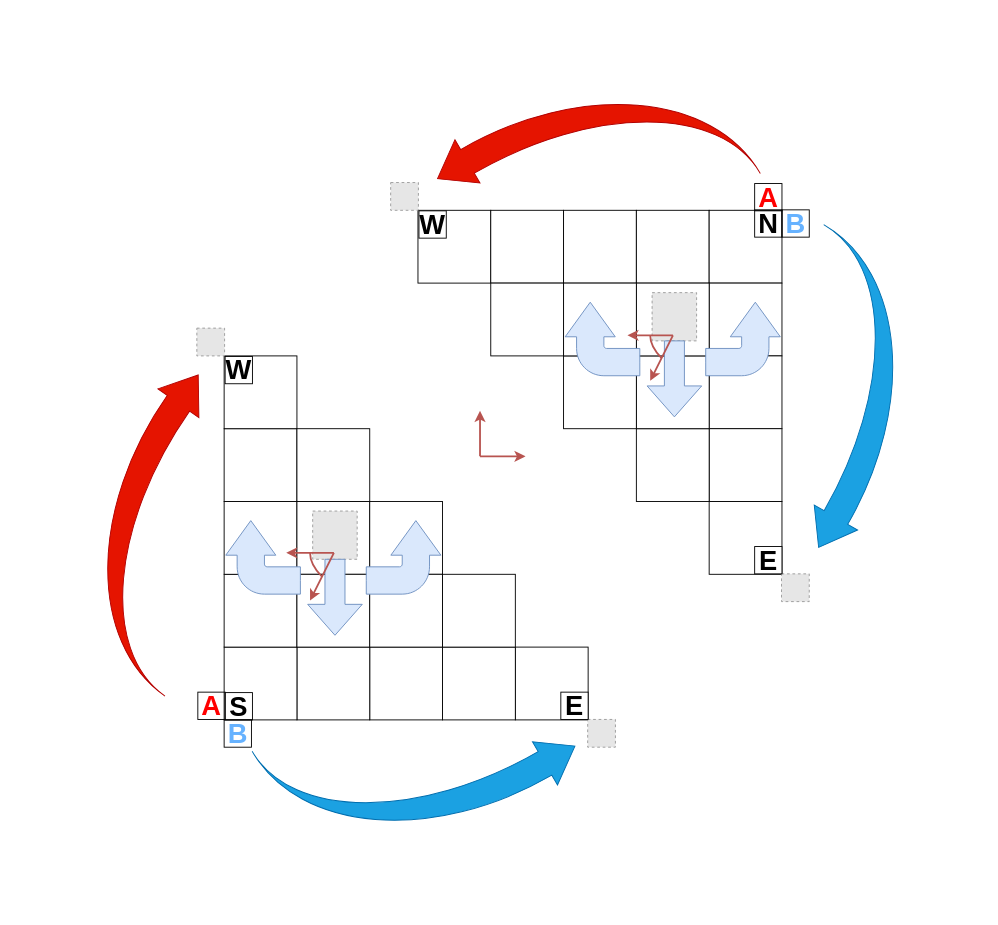
The draw.io diagram page "cartesian-polar" (1 of 6) of docs/RL_env.drawio in NiloufarRazmi/RL_Olfaction, before the edit. Source tidied: cells renumbered, new cells numbered last; positions are measured from the earlier drawing's top-left corner, leaving out a move shared by most shapes. Both pictures are drawn from the tidied source at 91%, with x=0, y=0 at pixel (15, 15). Pictures stored in the file or linked from it are replaced by grey dashed boxes.
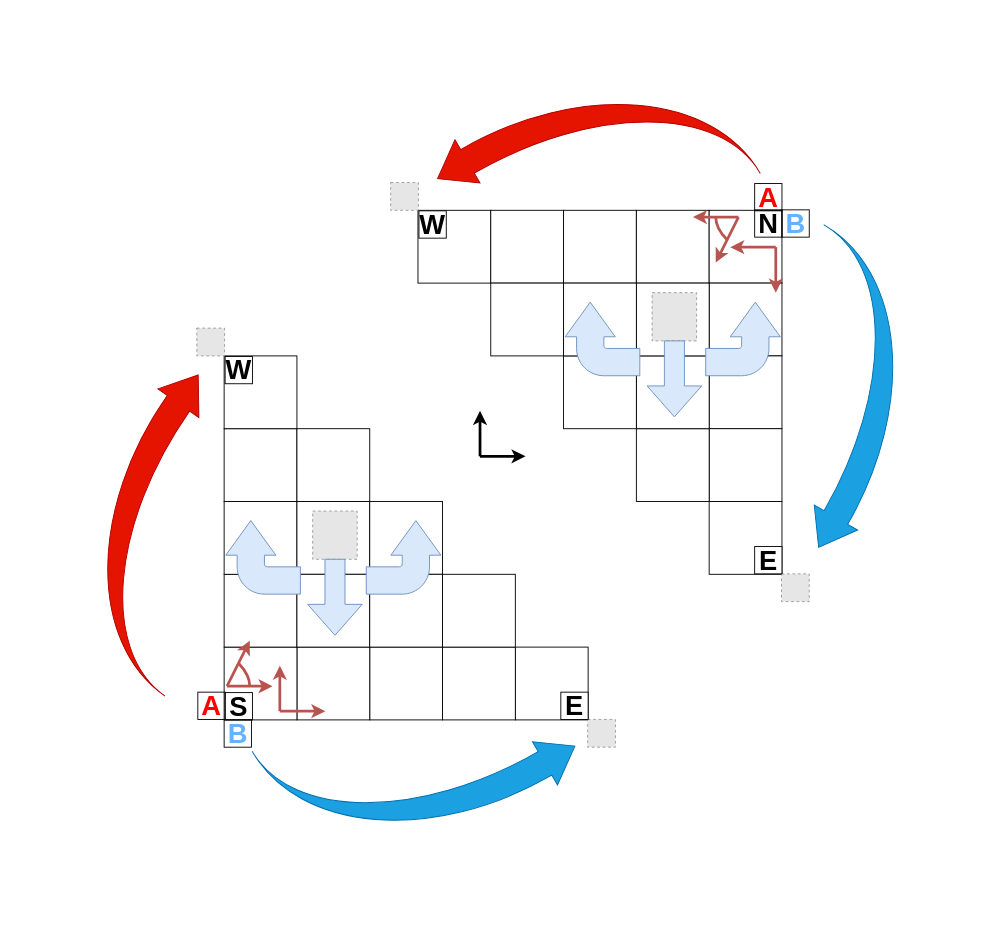
After the change.

Unchanged cells that the change refers to:
```xml
<mxCell id="3" style="group;flipH=1;flipV=1;" parent="2" vertex="1">
  <mxGeometry x="228.8" y="30.5" width="400" height="400" as="geometry" />
</mxCell>
<mxCell id="38" style="group;" parent="37" vertex="1">
  <mxGeometry x="30" y="213.6" width="400" height="400" as="geometry" />
</mxCell>
<mxCell id="72" style="group;" parent="1" vertex="1">
  <mxGeometry x="510" y="434" width="50" height="50" as="geometry" />
</mxCell>
```

The edit, as a diff of the source:
```diff
@@
-    <mxCell id="24" style="group;flipH=1;flipV=1;" parent="3" vertex="1">
-      <mxGeometry x="68.2" y="216.4" width="52.4" height="52.4" as="geometry" />
-    </mxCell>
-    <mxCell id="25" style="curved=1;endArrow=none;html=1;rounded=0;strokeWidth=2;strokeColor=#b85450;endFill=0;fillColor=#f8cecc;" parent="24" edge="1">
-      <mxGeometry relative="1" as="geometry">
-        <mxPoint x="39.3" y="26.2" as="sourcePoint" />
-        <mxPoint x="26.2" as="targetPoint" />
-        <Array as="points">
-          <mxPoint x="26.2" y="13.1" />
-        </Array>
-      </mxGeometry>
-    </mxCell>
-    <mxCell id="26" style="endArrow=classic;html=1;rounded=0;strokeWidth=2;strokeColor=#b85450;sourcePerimeterSpacing=0;targetPerimeterSpacing=0;fillColor=#f8cecc;" parent="24" edge="1">
-      <mxGeometry relative="1" as="geometry">
-        <mxPoint x="52.4" as="sourcePoint" />
-        <mxPoint as="targetPoint" />
-      </mxGeometry>
-    </mxCell>
-    <mxCell id="27" style="endArrow=classic;html=1;rounded=0;strokeWidth=2;strokeColor=#b85450;fillColor=#f8cecc;" parent="24" edge="1">
-      <mxGeometry relative="1" as="geometry">
-        <mxPoint x="52.4" as="sourcePoint" />
-        <mxPoint x="26.2" y="52.4" as="targetPoint" />
-      </mxGeometry>
-    </mxCell>
+    <mxCell id="75" style="group;flipH=1;flipV=1;rotation=-180;" parent="3" vertex="1">
+      <mxGeometry x="3.2" y="313" width="50" height="50" as="geometry" />
+    </mxCell>
+    <mxCell id="76" style="curved=1;endArrow=none;html=1;rounded=0;strokeWidth=3;strokeColor=#b85450;endFill=0;fillColor=#f8cecc;" parent="75" edge="1">
+      <mxGeometry relative="1" as="geometry">
+        <mxPoint x="13" y="25" as="sourcePoint" />
+        <mxPoint x="25" y="50" as="targetPoint" />
+        <Array as="points">
+          <mxPoint x="25" y="38" />
+        </Array>
+      </mxGeometry>
+    </mxCell>
+    <mxCell id="77" style="endArrow=classic;html=1;rounded=1;strokeWidth=3;strokeColor=#b85450;sourcePerimeterSpacing=0;targetPerimeterSpacing=0;fillColor=#f8cecc;curved=0;" parent="75" edge="1">
+      <mxGeometry relative="1" as="geometry">
+        <mxPoint y="50" as="sourcePoint" />
+        <mxPoint x="50" y="50" as="targetPoint" />
+      </mxGeometry>
+    </mxCell>
+    <mxCell id="78" style="endArrow=classic;html=1;rounded=1;strokeWidth=3;strokeColor=#b85450;fillColor=#f8cecc;curved=0;" parent="75" edge="1">
+      <mxGeometry relative="1" as="geometry">
+        <mxPoint y="50" as="sourcePoint" />
+        <mxPoint x="25" as="targetPoint" />
+      </mxGeometry>
+    </mxCell>
@@
+    <mxCell id="79" style="group;rotation=-180;" parent="38" vertex="1">
+      <mxGeometry x="343.2" y="40.5" width="50" height="50" as="geometry" />
+    </mxCell>
+    <mxCell id="80" style="endArrow=classic;html=1;rounded=1;strokeWidth=3;strokeColor=#b85450;sourcePerimeterSpacing=0;targetPerimeterSpacing=0;fillColor=#f8cecc;curved=0;" parent="79" edge="1">
+      <mxGeometry relative="1" as="geometry">
+        <mxPoint x="50" as="sourcePoint" />
+        <mxPoint as="targetPoint" />
+      </mxGeometry>
+    </mxCell>
+    <mxCell id="81" style="endArrow=classic;html=1;rounded=1;strokeWidth=3;strokeColor=#b85450;fillColor=#f8cecc;curved=0;" parent="79" edge="1">
+      <mxGeometry relative="1" as="geometry">
+        <mxPoint x="50" as="sourcePoint" />
+        <mxPoint x="50" y="50" as="targetPoint" />
+      </mxGeometry>
+    </mxCell>
@@
     <mxCell id="68" style="group;flipH=1;flipV=1;" parent="1" vertex="1">
-      <mxGeometry x="672" y="351" width="50" height="50" as="geometry" />
+      <mxGeometry x="744" y="221" width="50" height="50" as="geometry" />
     </mxCell>
-    <mxCell id="69" style="curved=1;endArrow=none;html=1;rounded=0;strokeWidth=2;strokeColor=#b85450;endFill=0;fillColor=#f8cecc;" parent="68" edge="1">
+    <mxCell id="69" style="curved=1;endArrow=none;html=1;rounded=0;strokeWidth=3;strokeColor=#b85450;endFill=0;fillColor=#f8cecc;" parent="68" edge="1">
       <mxGeometry relative="1" as="geometry">
         <mxPoint x="37.5" y="25" as="sourcePoint" />
         <mxPoint x="25" as="targetPoint" />
         <Array as="points">
           <mxPoint x="25" y="12.5" />
         </Array>
       </mxGeometry>
     </mxCell>
-    <mxCell id="70" style="endArrow=classic;html=1;rounded=0;strokeWidth=2;strokeColor=#b85450;sourcePerimeterSpacing=0;targetPerimeterSpacing=0;fillColor=#f8cecc;" parent="68" edge="1">
+    <mxCell id="70" style="endArrow=classic;html=1;rounded=1;strokeWidth=3;strokeColor=#b85450;sourcePerimeterSpacing=0;targetPerimeterSpacing=0;fillColor=#f8cecc;curved=0;" parent="68" edge="1">
       <mxGeometry relative="1" as="geometry">
         <mxPoint x="50" as="sourcePoint" />
         <mxPoint as="targetPoint" />
       </mxGeometry>
     </mxCell>
-    <mxCell id="71" style="endArrow=classic;html=1;rounded=0;strokeWidth=2;strokeColor=#b85450;fillColor=#f8cecc;" parent="68" edge="1">
+    <mxCell id="71" style="endArrow=classic;html=1;rounded=1;strokeWidth=3;strokeColor=#b85450;fillColor=#f8cecc;curved=0;" parent="68" edge="1">
       <mxGeometry relative="1" as="geometry">
         <mxPoint x="50" as="sourcePoint" />
         <mxPoint x="25" y="50" as="targetPoint" />
       </mxGeometry>
     </mxCell>
@@
-    <mxCell id="73" style="endArrow=classic;html=1;rounded=0;strokeWidth=2;strokeColor=#b85450;sourcePerimeterSpacing=0;targetPerimeterSpacing=0;fillColor=#f8cecc;" parent="72" edge="1">
+    <mxCell id="73" style="endArrow=classic;html=1;rounded=1;strokeWidth=3;strokeColor=#000000;sourcePerimeterSpacing=0;targetPerimeterSpacing=0;fillColor=#f8cecc;curved=0;" parent="72" edge="1">
       <mxGeometry relative="1" as="geometry">
         <mxPoint y="50" as="sourcePoint" />
         <mxPoint x="50" y="50" as="targetPoint" />
       </mxGeometry>
     </mxCell>
-    <mxCell id="74" style="endArrow=classic;html=1;rounded=0;strokeWidth=2;strokeColor=#b85450;fillColor=#f8cecc;" parent="72" edge="1">
+    <mxCell id="74" style="endArrow=classic;html=1;rounded=1;strokeWidth=3;strokeColor=#000000;fillColor=#f8cecc;curved=0;" parent="72" edge="1">
       <mxGeometry relative="1" as="geometry">
         <mxPoint y="50" as="sourcePoint" />
         <mxPoint as="targetPoint" />
       </mxGeometry>
     </mxCell>
+    <mxCell id="82" style="group;" parent="1" vertex="1">
+      <mxGeometry x="290" y="714" width="50" height="50" as="geometry" />
+    </mxCell>
+    <mxCell id="83" style="endArrow=classic;html=1;rounded=1;strokeWidth=3;strokeColor=#b85450;sourcePerimeterSpacing=0;targetPerimeterSpacing=0;fillColor=#f8cecc;curved=0;" parent="82" edge="1">
+      <mxGeometry relative="1" as="geometry">
+        <mxPoint y="50" as="sourcePoint" />
+        <mxPoint x="50" y="50" as="targetPoint" />
+      </mxGeometry>
+    </mxCell>
+    <mxCell id="84" style="endArrow=classic;html=1;rounded=1;strokeWidth=3;strokeColor=#b85450;fillColor=#f8cecc;curved=0;" parent="82" edge="1">
+      <mxGeometry relative="1" as="geometry">
+        <mxPoint y="50" as="sourcePoint" />
+        <mxPoint as="targetPoint" />
+      </mxGeometry>
+    </mxCell>
```
